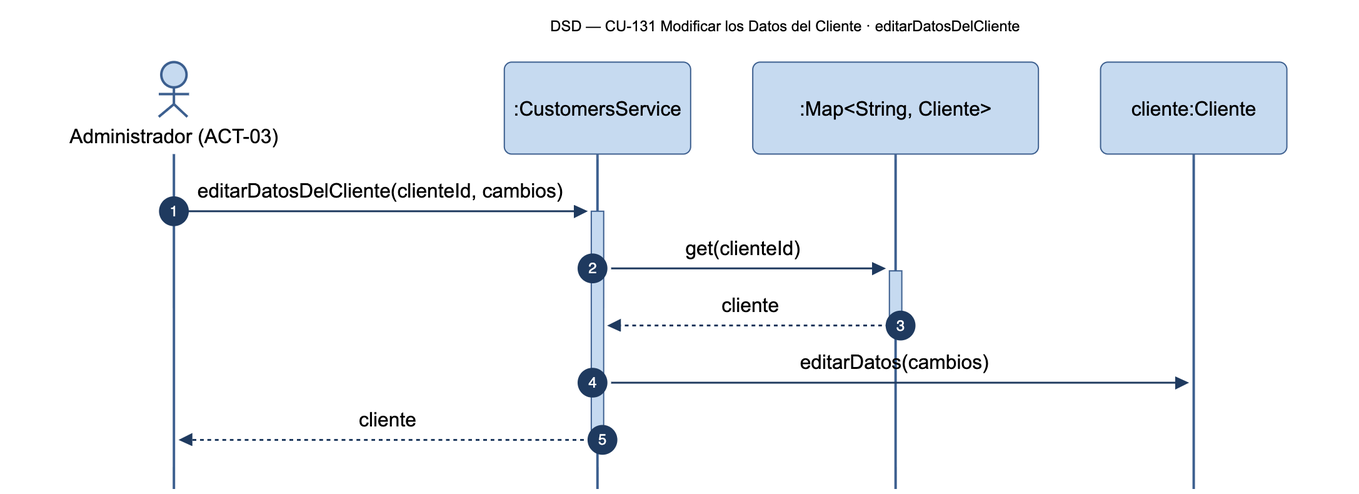
Earlier version of the Mermaid export diagramas/png/DSD_CU-131_editarDatosDelCliente.png (Nahuelito-Dev/splg-docs). Its source is kept beside it as diagramas/DSD_CU-131_editarDatosDelCliente.mmd.
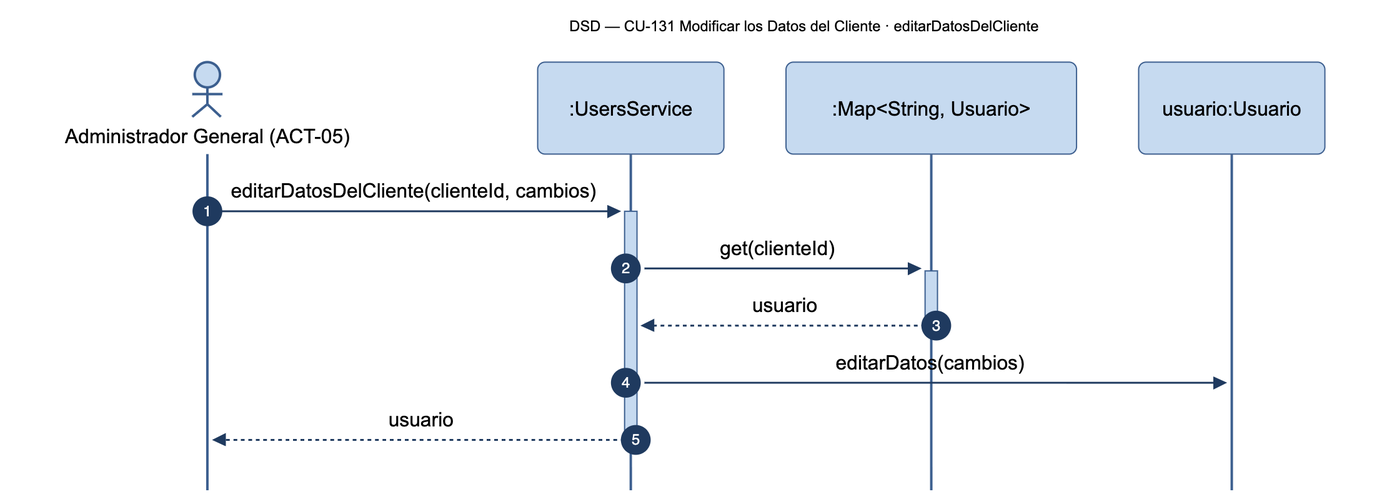
The same file after the commit.

What changed in the source:
```diff
@@ -1,13 +1,13 @@
 sequenceDiagram
     title DSD — CU-131 Modificar los Datos del Cliente · editarDatosDelCliente
     autonumber
-    actor ADM as Administrador (ACT-03)
-    participant SRV as :CustomersService
-    participant COL as :Map#lt;String, Cliente#gt;
-    participant CLE as cliente:Cliente
+    actor AGN as Administrador General (ACT-05)
+    participant SRV as :UsersService
+    participant COL as :Map#lt;String, Usuario#gt;
+    participant USR as usuario:Usuario
 
-    ADM->>+SRV: editarDatosDelCliente(clienteId, cambios)
+    AGN->>+SRV: editarDatosDelCliente(clienteId, cambios)
     SRV->>+COL: get(clienteId)
-    COL-->>-SRV: cliente
-    SRV->>CLE: editarDatos(cambios)
-    SRV-->>-ADM: cliente
+    COL-->>-SRV: usuario
+    SRV->>USR: editarDatos(cambios)
+    SRV-->>-AGN: usuario
```
